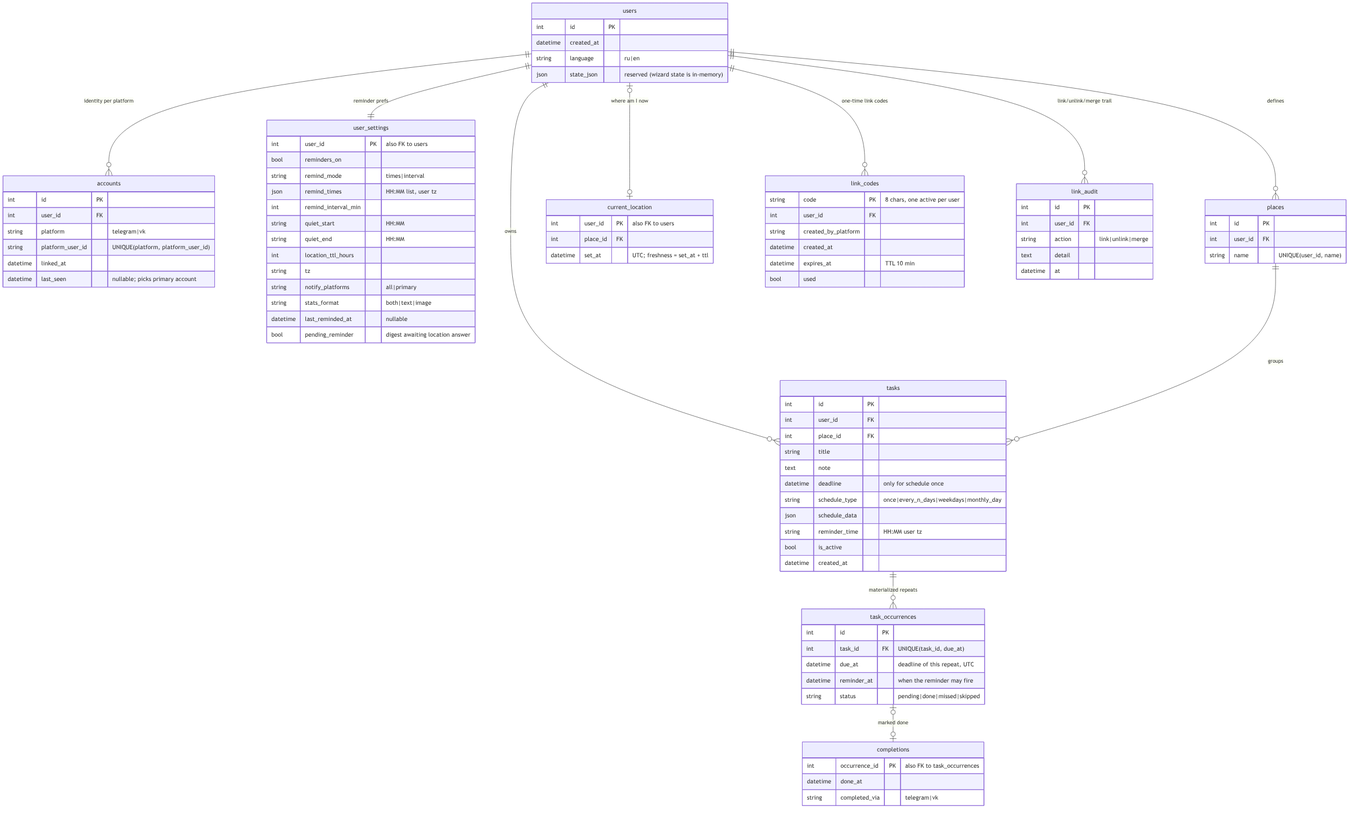
Before: docs/diagrams/er-diagram.png, a diagram exported from Mermaid (edombek/taskshed). Its source is kept beside it as docs/diagrams/er-diagram.mmd.
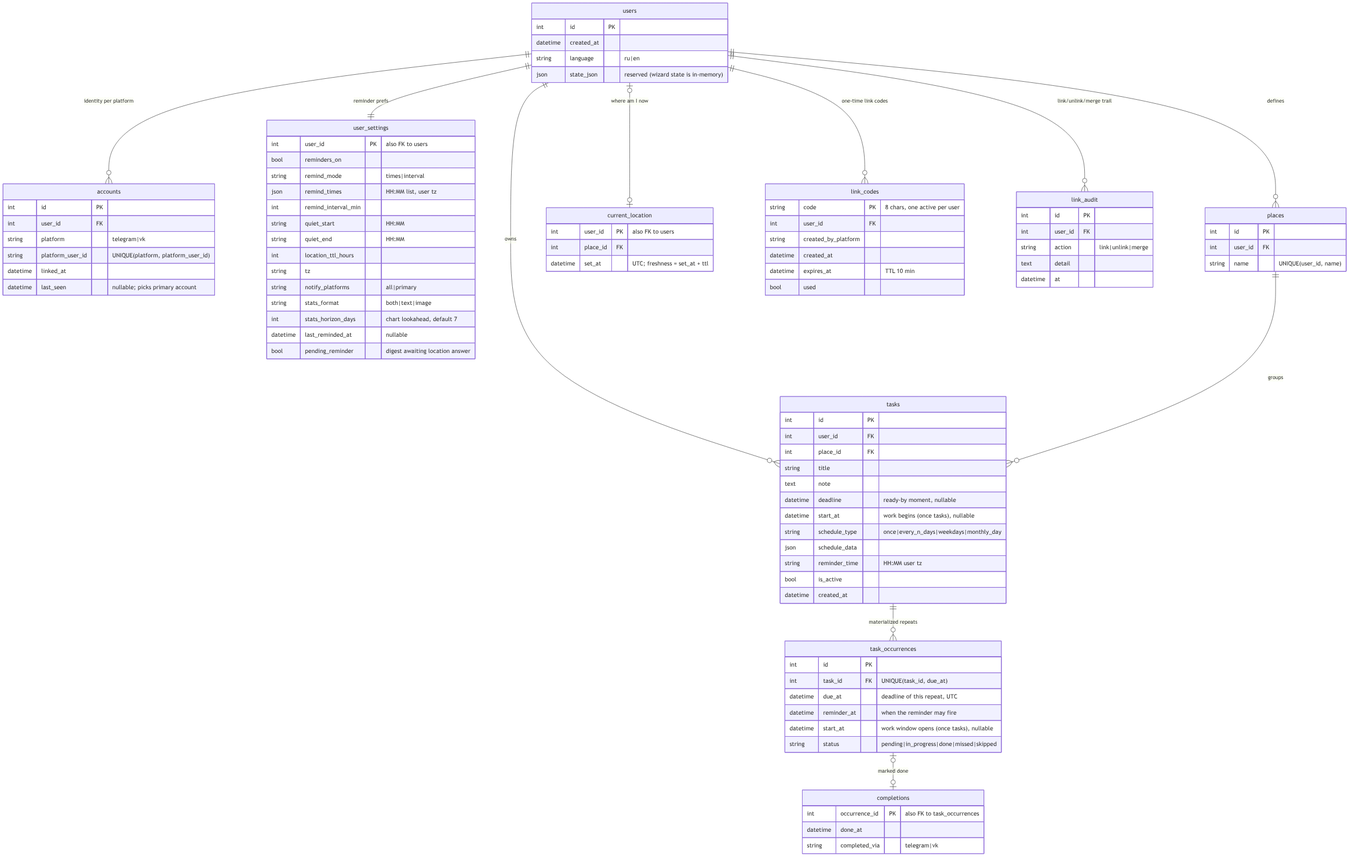
Later version of the same file.

Change to the diagram source:
```diff
@@ -46,6 +46,7 @@
         string tz
         string notify_platforms "all|primary"
         string stats_format "both|text|image"
+        int stats_horizon_days "chart lookahead, default 7"
         datetime last_reminded_at "nullable"
         bool pending_reminder "digest awaiting location answer"
     }
@@ -55,7 +56,8 @@
         int place_id FK
         string title
         text note
-        datetime deadline "only for schedule once"
+        datetime deadline "ready-by moment, nullable"
+        datetime start_at "work begins (once tasks), nullable"
         string schedule_type "once|every_n_days|weekdays|monthly_day"
         json schedule_data
         string reminder_time "HH:MM user tz"
@@ -67,7 +69,8 @@
         int task_id FK "UNIQUE(task_id, due_at)"
         datetime due_at "deadline of this repeat, UTC"
         datetime reminder_at "when the reminder may fire"
-        string status "pending|done|missed|skipped"
+        datetime start_at "work window opens (once tasks), nullable"
+        string status "pending|in_progress|done|missed|skipped"
     }
     completions {
         int occurrence_id PK "also FK to task_occurrences"
```
